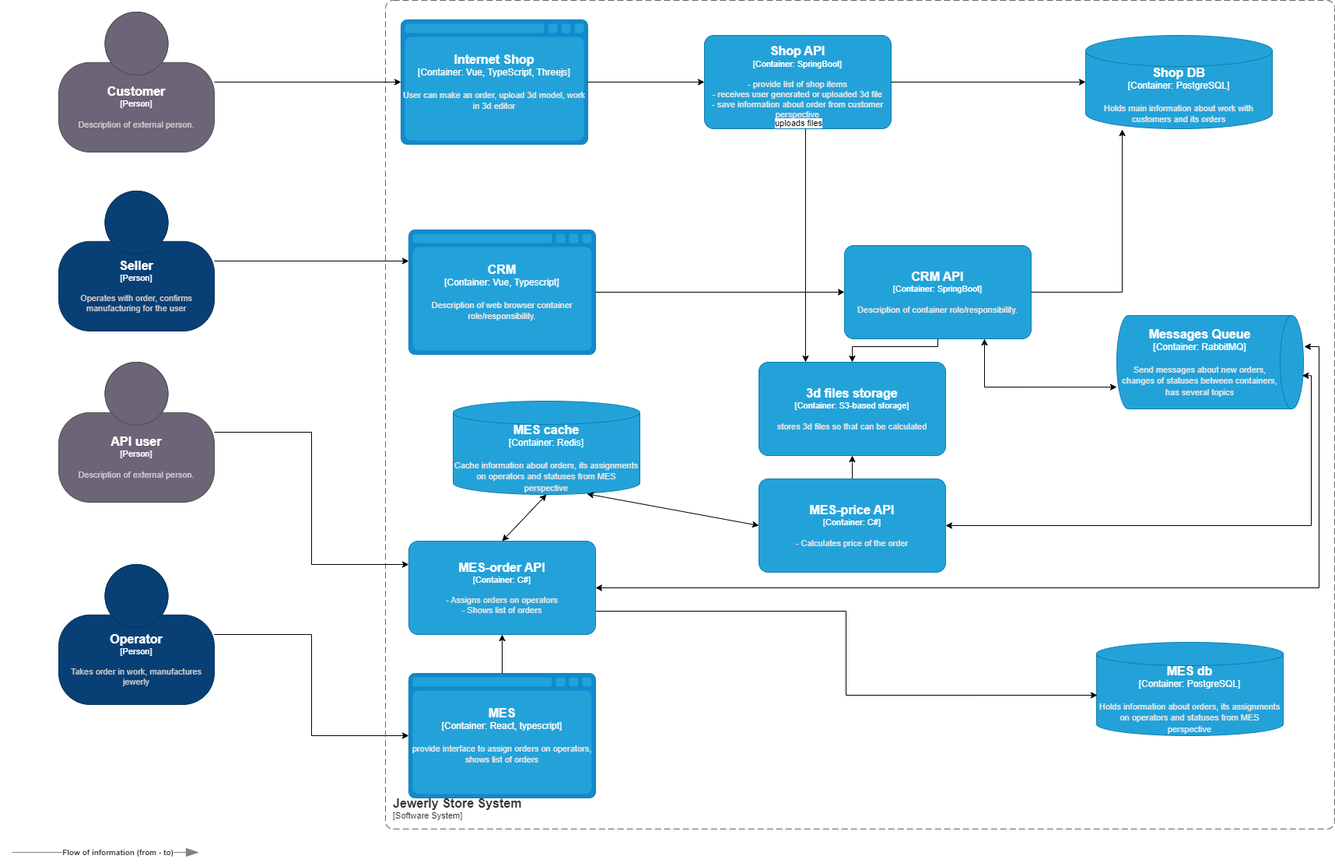
Above: Task1/jewerly_c4_model_target-Целевая архитектура.drawio.png in Alexander-Minyushkin/architecture-alexandrite (draw.io), before the change. Source tidied: cells renumbered, new cells last; positions are measured from the earlier drawing's top-left corner, leaving out a move shared by most shapes.
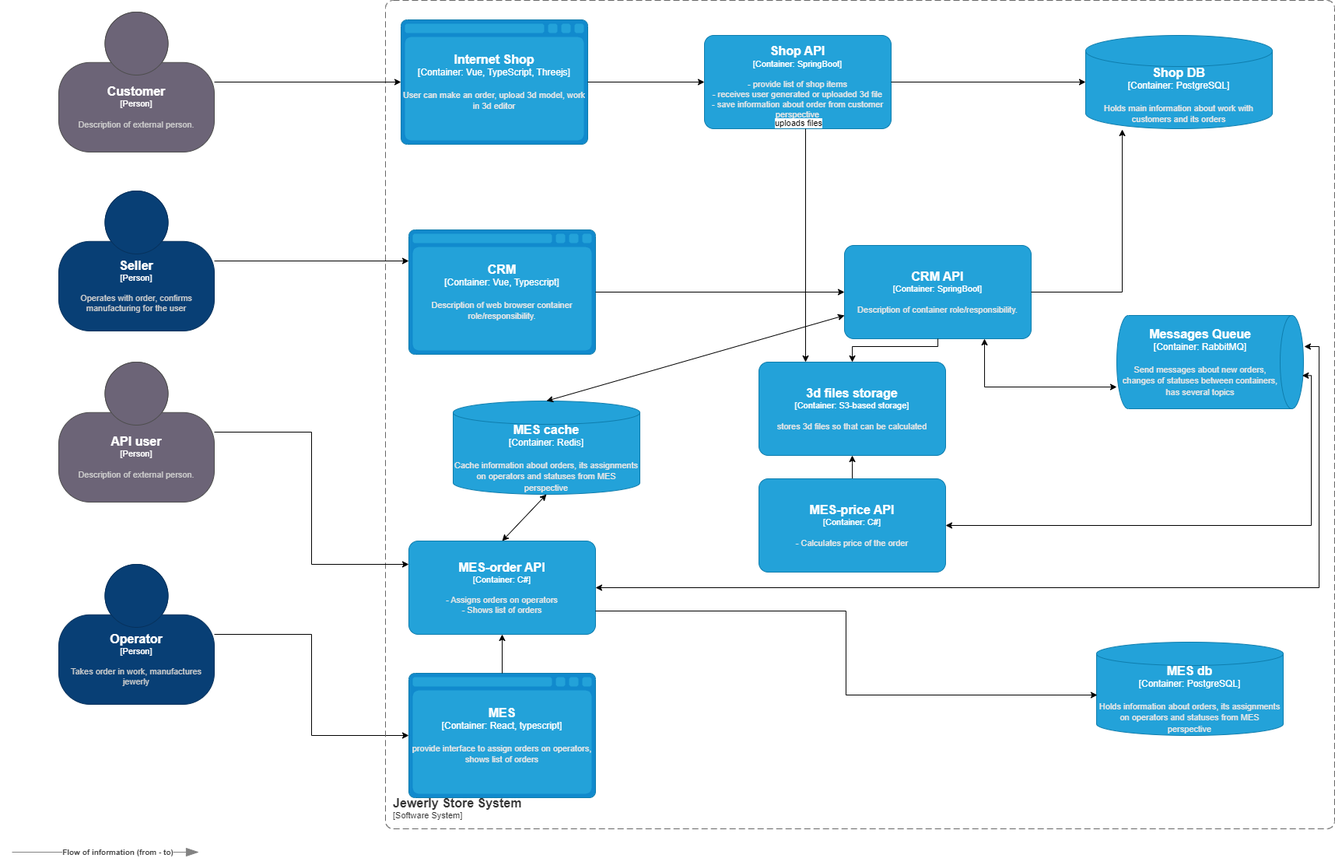
Later version of the same file.

What changed in the source:
```diff
@@ -177,7 +177,7 @@
     <mxCell id="37" style="endArrow=classic;startArrow=classic;html=1;rounded=0;exitX=0.5;exitY=0;exitDx=0;exitDy=0;exitPerimeter=0;entryX=0.5;entryY=1;entryDx=0;entryDy=0;entryPerimeter=0;" parent="1" edge="1" source="2" target="36">
       <mxGeometry relative="1" as="geometry" />
     </mxCell>
-    <mxCell id="38" style="endArrow=classic;startArrow=classic;html=1;rounded=0;entryX=0.717;entryY=0.994;entryDx=0;entryDy=0;entryPerimeter=0;exitX=0;exitY=0.5;exitDx=0;exitDy=0;exitPerimeter=0;" parent="1" edge="1" source="34" target="36">
+    <mxCell id="38" style="endArrow=classic;startArrow=classic;html=1;rounded=0;entryX=0.5;entryY=0;entryDx=0;entryDy=0;entryPerimeter=0;exitX=0;exitY=0.75;exitDx=0;exitDy=0;exitPerimeter=0;" parent="1" edge="1" source="12" target="36">
       <mxGeometry relative="1" as="geometry" />
     </mxCell>
   </root>
```
